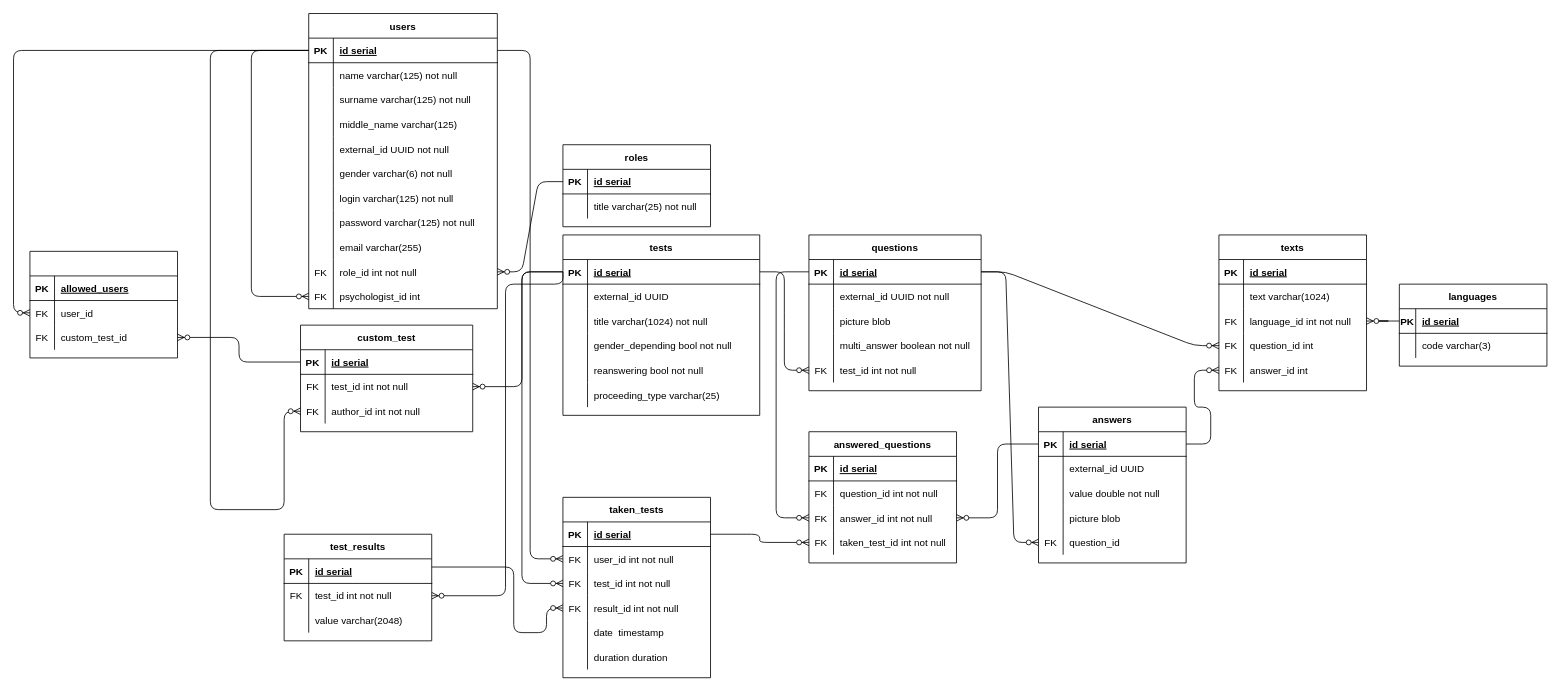
Above: diagrams/db-structure.drawio in carakazov/mobile-psycho-multy-test-app (draw.io), before the change. Source tidied: cells renumbered, new cells numbered last; positions are measured from the earlier drawing's top-left corner, leaving out a move shared by most shapes. Both pictures are drawn from the tidied source at 82%, with x=0, y=0 at pixel (30, 13).
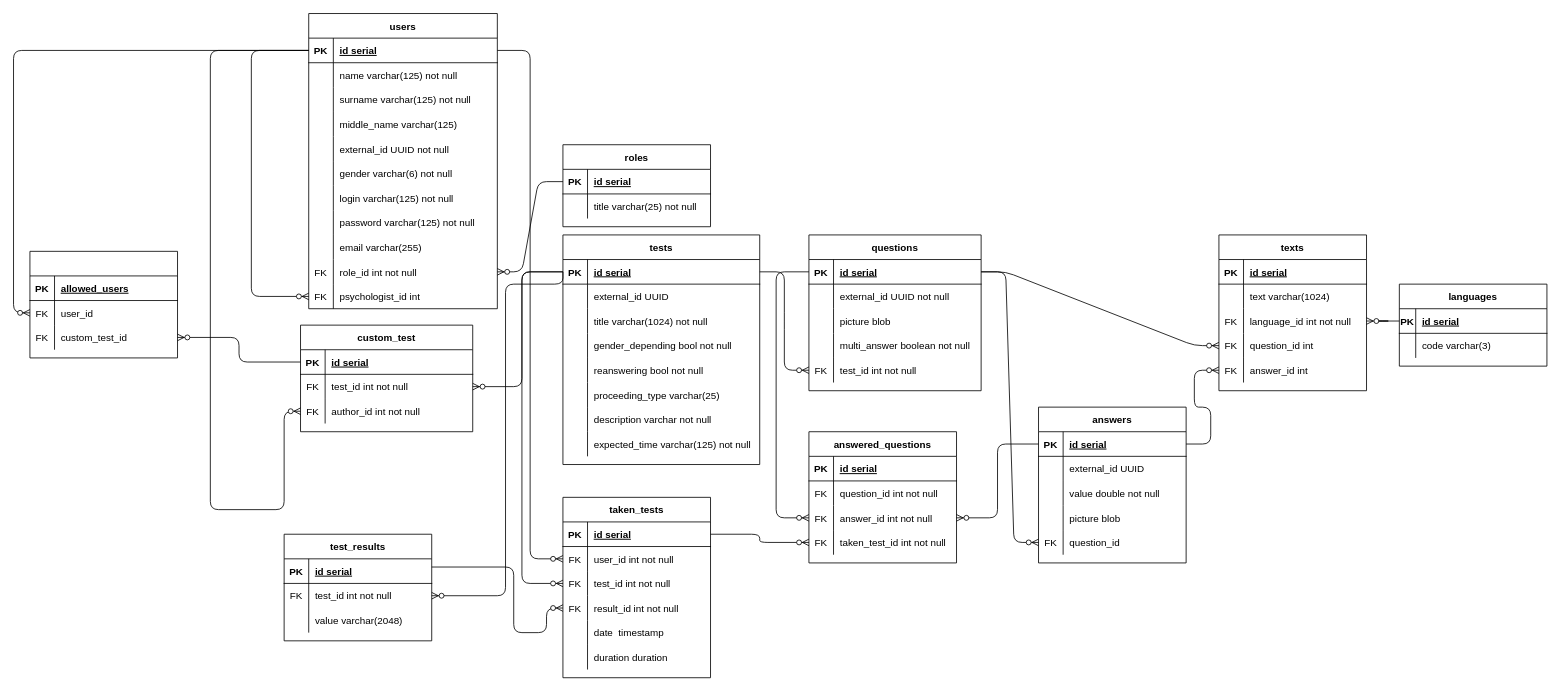
The same diagram, later.

What changed in the source:
```diff
@@
     <mxCell id="45" value="tests" style="shape=table;startSize=30;childLayout=tableLayout;rowLines=0;fontStyle=1;align=center;" parent="1" vertex="1">
-      <mxGeometry x="650" y="270" width="240" height="220" as="geometry" />
+      <mxGeometry x="650" y="270" width="240" height="280" as="geometry" />
     </mxCell>
@@
+    <mxCell id="197" style="shape=partialRectangle;fillColor=none;top=0;left=0;bottom=0;right=0;" parent="45" vertex="1">
+      <mxGeometry y="210" width="240" height="30" as="geometry" />
+    </mxCell>
+    <mxCell id="198" style="shape=partialRectangle;fillColor=none;top=0;left=0;bottom=0;right=0;fontStyle=0;overflow=hidden;" parent="197" vertex="1">
+      <mxGeometry width="30" height="30" as="geometry" />
+    </mxCell>
+    <mxCell id="199" value="description varchar not null" style="shape=partialRectangle;fillColor=none;top=0;left=0;bottom=0;right=0;align=left;spacingLeft=6;fontStyle=0;overflow=hidden;" parent="197" vertex="1">
+      <mxGeometry x="30" width="210" height="30" as="geometry" />
+    </mxCell>
+    <mxCell id="200" style="shape=partialRectangle;fillColor=none;top=0;left=0;bottom=0;right=0;" parent="45" vertex="1">
+      <mxGeometry y="240" width="240" height="30" as="geometry" />
+    </mxCell>
+    <mxCell id="201" style="shape=partialRectangle;fillColor=none;top=0;left=0;bottom=0;right=0;fontStyle=0;overflow=hidden;" parent="200" vertex="1">
+      <mxGeometry width="30" height="30" as="geometry" />
+    </mxCell>
+    <mxCell id="202" value="expected_time varchar(125) not null" style="shape=partialRectangle;fillColor=none;top=0;left=0;bottom=0;right=0;align=left;spacingLeft=6;fontStyle=0;overflow=hidden;" parent="200" vertex="1">
+      <mxGeometry x="30" width="210" height="30" as="geometry" />
+    </mxCell>
```
